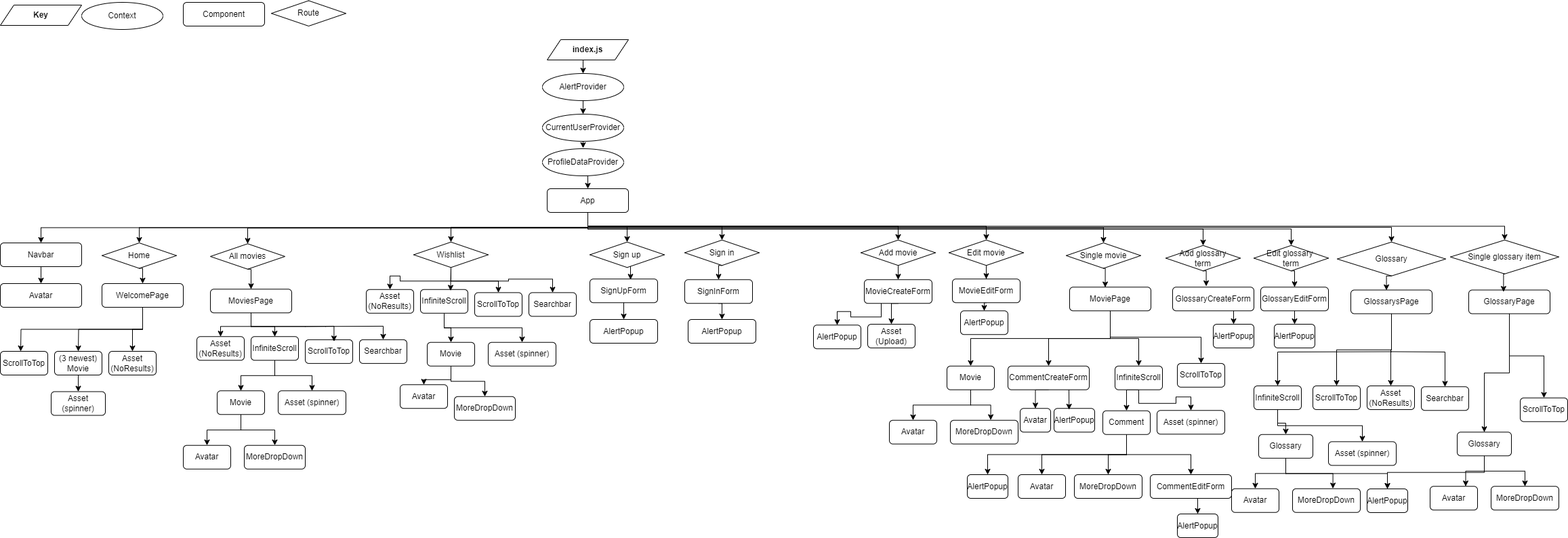
This is documentation/features/components-part-1.png from puma13992/cinematography, a draw.io export, as it was before one commit. Source tidied: cells renumbered, new cells last; positions are measured from the earlier drawing's top-left corner, leaving out a move shared by most shapes.
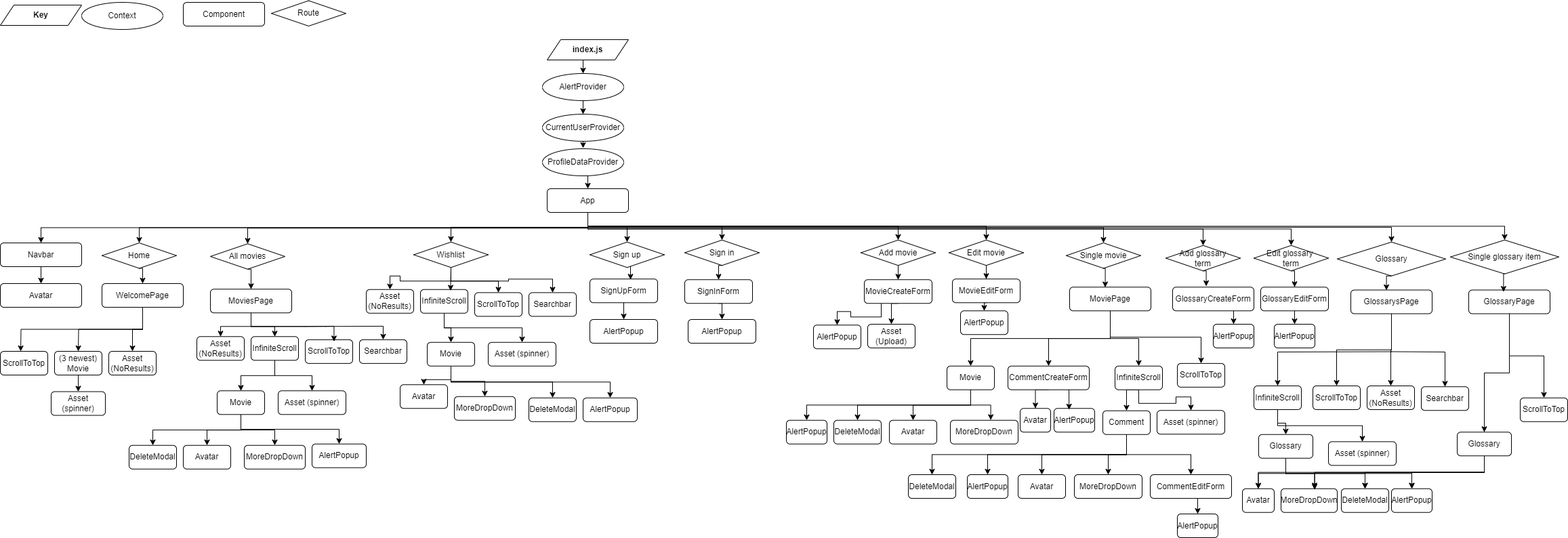
After the change.

Commit message:
Correct components section in the readme.md

What changed in the source:
```diff
@@ -219,6 +219,12 @@
     <mxCell id="70" style="edgeStyle=orthogonalEdgeStyle;rounded=0;jettySize=auto;html=1;exitX=0.5;exitY=1;exitDx=0;exitDy=0;entryX=0.5;entryY=0;entryDx=0;entryDy=0;" parent="1" edge="1" source="71" target="132">
       <mxGeometry relative="1" as="geometry" />
     </mxCell>
+    <mxCell id="177" style="edgeStyle=orthogonalEdgeStyle;rounded=0;jettySize=auto;html=1;exitX=0.5;exitY=1;exitDx=0;exitDy=0;entryX=0.5;entryY=0;entryDx=0;entryDy=0;" parent="1" edge="1" source="71" target="187">
+      <mxGeometry relative="1" as="geometry" />
+    </mxCell>
+    <mxCell id="178" style="edgeStyle=orthogonalEdgeStyle;rounded=0;jettySize=auto;html=1;exitX=0.5;exitY=1;exitDx=0;exitDy=0;" parent="1" edge="1" source="71" target="189">
+      <mxGeometry relative="1" as="geometry" />
+    </mxCell>
     <mxCell id="71" value="Movie" style="rounded=1;whiteSpace=wrap;html=1;" parent="1" vertex="1">
       <mxGeometry x="320" y="576.2" width="70" height="35" as="geometry" />
     </mxCell>
@@ -243,6 +249,12 @@
     <mxCell id="78" style="edgeStyle=orthogonalEdgeStyle;rounded=0;jettySize=auto;html=1;exitX=0.5;exitY=1;exitDx=0;exitDy=0;" parent="1" edge="1" source="79" target="80">
       <mxGeometry relative="1" as="geometry" />
     </mxCell>
+    <mxCell id="179" style="edgeStyle=orthogonalEdgeStyle;rounded=0;jettySize=auto;html=1;exitX=0.5;exitY=1;exitDx=0;exitDy=0;entryX=0.5;entryY=0;entryDx=0;entryDy=0;" parent="1" edge="1" source="79" target="192">
+      <mxGeometry relative="1" as="geometry" />
+    </mxCell>
+    <mxCell id="180" style="edgeStyle=orthogonalEdgeStyle;rounded=0;jettySize=auto;html=1;exitX=0.5;exitY=1;exitDx=0;exitDy=0;" parent="1" edge="1" source="79" target="191">
+      <mxGeometry relative="1" as="geometry" />
+    </mxCell>
     <mxCell id="79" value="Movie" style="rounded=1;whiteSpace=wrap;html=1;" parent="1" vertex="1">
       <mxGeometry x="1397" y="539.8" width="70" height="35" as="geometry" />
     </mxCell>
@@ -282,6 +294,9 @@
     <mxCell id="91" style="edgeStyle=orthogonalEdgeStyle;rounded=0;jettySize=auto;html=1;exitX=0.5;exitY=1;exitDx=0;exitDy=0;" parent="1" edge="1" source="92" target="171">
       <mxGeometry relative="1" as="geometry" />
     </mxCell>
+    <mxCell id="181" style="edgeStyle=orthogonalEdgeStyle;rounded=0;jettySize=auto;html=1;exitX=0.5;exitY=1;exitDx=0;exitDy=0;entryX=0.5;entryY=0;entryDx=0;entryDy=0;" parent="1" edge="1" source="92" target="193">
+      <mxGeometry relative="1" as="geometry" />
+    </mxCell>
     <mxCell id="92" value="Comment" style="rounded=1;whiteSpace=wrap;html=1;" parent="1" vertex="1">
       <mxGeometry x="1627" y="605.8" width="70" height="35" as="geometry" />
     </mxCell>
@@ -355,14 +370,17 @@
     <mxCell id="114" style="edgeStyle=orthogonalEdgeStyle;rounded=0;jettySize=auto;html=1;exitX=0.5;exitY=1;exitDx=0;exitDy=0;entryX=0.5;entryY=0;entryDx=0;entryDy=0;" parent="1" edge="1" source="115" target="175">
       <mxGeometry relative="1" as="geometry" />
     </mxCell>
+    <mxCell id="182" style="edgeStyle=orthogonalEdgeStyle;rounded=0;jettySize=auto;html=1;exitX=0.5;exitY=1;exitDx=0;exitDy=0;entryX=0.5;entryY=0;entryDx=0;entryDy=0;" parent="1" edge="1" source="115" target="194">
+      <mxGeometry relative="1" as="geometry" />
+    </mxCell>
     <mxCell id="115" value="Glossary" style="rounded=1;whiteSpace=wrap;html=1;" parent="1" vertex="1">
       <mxGeometry x="1857" y="640.8" width="80" height="35" as="geometry" />
     </mxCell>
     <mxCell id="116" value="Avatar" style="rounded=1;whiteSpace=wrap;html=1;" parent="1" vertex="1">
-      <mxGeometry x="1817" y="720.8" width="70" height="35" as="geometry" />
+      <mxGeometry x="1833" y="720.8" width="47" height="35" as="geometry" />
     </mxCell>
     <mxCell id="117" value="MoreDropDown" style="rounded=1;whiteSpace=wrap;html=1;" parent="1" vertex="1">
-      <mxGeometry x="1907" y="720.8" width="100" height="35" as="geometry" />
+      <mxGeometry x="1890" y="720.8" width="83" height="35" as="geometry" />
     </mxCell>
     <mxCell id="118" style="edgeStyle=orthogonalEdgeStyle;rounded=0;jettySize=auto;html=1;exitX=0.5;exitY=1;exitDx=0;exitDy=0;" parent="1" edge="1" source="120" target="121">
       <mxGeometry relative="1" as="geometry" />
@@ -447,6 +465,12 @@
     <mxCell id="144" style="edgeStyle=orthogonalEdgeStyle;rounded=0;jettySize=auto;html=1;exitX=0.5;exitY=1;exitDx=0;exitDy=0;entryX=0.5;entryY=0;entryDx=0;entryDy=0;" parent="1" edge="1" source="145" target="147">
       <mxGeometry relative="1" as="geometry" />
     </mxCell>
+    <mxCell id="183" style="edgeStyle=orthogonalEdgeStyle;rounded=0;jettySize=auto;html=1;exitX=0.5;exitY=1;exitDx=0;exitDy=0;" parent="1" edge="1" source="145" target="188">
+      <mxGeometry relative="1" as="geometry" />
+    </mxCell>
+    <mxCell id="184" style="edgeStyle=orthogonalEdgeStyle;rounded=0;jettySize=auto;html=1;exitX=0.5;exitY=1;exitDx=0;exitDy=0;entryX=0.5;entryY=0;entryDx=0;entryDy=0;" parent="1" edge="1" source="145" target="190">
+      <mxGeometry relative="1" as="geometry" />
+    </mxCell>
     <mxCell id="145" value="Movie" style="rounded=1;whiteSpace=wrap;html=1;" parent="1" vertex="1">
       <mxGeometry x="630" y="504.8" width="70" height="35" as="geometry" />
     </mxCell>
@@ -486,24 +510,18 @@
     <mxCell id="157" value="GlossaryPage" style="rounded=1;whiteSpace=wrap;html=1;" parent="1" vertex="1">
       <mxGeometry x="2167" y="427.5" width="120" height="35" as="geometry" />
     </mxCell>
-    <mxCell id="158" style="edgeStyle=orthogonalEdgeStyle;rounded=0;jettySize=auto;html=1;exitX=0.5;exitY=1;exitDx=0;exitDy=0;entryX=0.75;entryY=0;entryDx=0;entryDy=0;" parent="1" edge="1" source="161" target="162">
-      <mxGeometry relative="1" as="geometry" />
-    </mxCell>
-    <mxCell id="159" style="edgeStyle=orthogonalEdgeStyle;rounded=0;jettySize=auto;html=1;exitX=0.5;exitY=1;exitDx=0;exitDy=0;entryX=0.5;entryY=0;entryDx=0;entryDy=0;" parent="1" edge="1" source="161" target="163">
-      <mxGeometry relative="1" as="geometry" />
-    </mxCell>
     <mxCell id="160" style="edgeStyle=orthogonalEdgeStyle;rounded=0;jettySize=auto;html=1;exitX=0.5;exitY=1;exitDx=0;exitDy=0;entryX=0.5;entryY=0;entryDx=0;entryDy=0;" parent="1" edge="1" source="161" target="175">
       <mxGeometry relative="1" as="geometry" />
     </mxCell>
+    <mxCell id="185" style="edgeStyle=orthogonalEdgeStyle;rounded=0;jettySize=auto;html=1;exitX=0.5;exitY=1;exitDx=0;exitDy=0;entryX=0.5;entryY=0;entryDx=0;entryDy=0;" parent="1" edge="1" source="161" target="194">
+      <mxGeometry relative="1" as="geometry" />
+    </mxCell>
+    <mxCell id="186" style="edgeStyle=orthogonalEdgeStyle;rounded=0;jettySize=auto;html=1;exitX=0.5;exitY=1;exitDx=0;exitDy=0;entryX=0.5;entryY=0;entryDx=0;entryDy=0;" parent="1" edge="1" source="161" target="116">
+      <mxGeometry relative="1" as="geometry" />
+    </mxCell>
     <mxCell id="161" value="Glossary" style="rounded=1;whiteSpace=wrap;html=1;" parent="1" vertex="1">
       <mxGeometry x="2150" y="637.2" width="80" height="35" as="geometry" />
     </mxCell>
-    <mxCell id="162" value="Avatar" style="rounded=1;whiteSpace=wrap;html=1;" parent="1" vertex="1">
-      <mxGeometry x="2110" y="717.2" width="70" height="35" as="geometry" />
-    </mxCell>
-    <mxCell id="163" value="MoreDropDown" style="rounded=1;whiteSpace=wrap;html=1;" parent="1" vertex="1">
-      <mxGeometry x="2200" y="717.2" width="100" height="35" as="geometry" />
-    </mxCell>
     <mxCell id="164" value="ScrollToTop" style="rounded=1;whiteSpace=wrap;html=1;" parent="1" vertex="1">
       <mxGeometry x="2243" y="586.8" width="70" height="35" as="geometry" />
     </mxCell>
@@ -538,10 +556,37 @@
       <mxGeometry x="1790" y="478" width="60" height="35" as="geometry" />
     </mxCell>
     <mxCell id="175" value="AlertPopup" style="rounded=1;whiteSpace=wrap;html=1;" parent="1" vertex="1">
-      <mxGeometry x="2017" y="721" width="60" height="35" as="geometry" />
+      <mxGeometry x="2053" y="720.8" width="60" height="35" as="geometry" />
     </mxCell>
     <mxCell id="176" value="AlertPopup" style="rounded=1;whiteSpace=wrap;html=1;" parent="1" vertex="1">
       <mxGeometry x="1880" y="478" width="60" height="35" as="geometry" />
     </mxCell>
+    <mxCell id="187" value="DeleteModal" style="rounded=1;whiteSpace=wrap;html=1;" parent="1" vertex="1">
+      <mxGeometry x="190" y="656.8" width="70" height="35" as="geometry" />
+    </mxCell>
+    <mxCell id="188" value="DeleteModal" style="rounded=1;whiteSpace=wrap;html=1;" parent="1" vertex="1">
+      <mxGeometry x="780" y="586.8" width="70" height="35" as="geometry" />
+    </mxCell>
+    <mxCell id="189" value="AlertPopup" style="rounded=1;whiteSpace=wrap;html=1;" parent="1" vertex="1">
+      <mxGeometry x="460" y="654.8" width="80" height="35" as="geometry" />
+    </mxCell>
+    <mxCell id="190" value="AlertPopup" style="rounded=1;whiteSpace=wrap;html=1;" parent="1" vertex="1">
+      <mxGeometry x="860" y="586.8" width="80" height="35" as="geometry" />
+    </mxCell>
+    <mxCell id="191" value="DeleteModal" style="rounded=1;whiteSpace=wrap;html=1;" parent="1" vertex="1">
+      <mxGeometry x="1230" y="619.8" width="70" height="35" as="geometry" />
+    </mxCell>
+    <mxCell id="192" value="AlertPopup" style="rounded=1;whiteSpace=wrap;html=1;" parent="1" vertex="1">
+      <mxGeometry x="1160" y="619.8" width="60" height="35" as="geometry" />
+    </mxCell>
+    <mxCell id="193" value="DeleteModal" style="rounded=1;whiteSpace=wrap;html=1;" parent="1" vertex="1">
+      <mxGeometry x="1340" y="700" width="70" height="35" as="geometry" />
+    </mxCell>
+    <mxCell id="194" value="DeleteModal" style="rounded=1;whiteSpace=wrap;html=1;" parent="1" vertex="1">
+      <mxGeometry x="1979" y="720.8" width="70" height="35" as="geometry" />
+    </mxCell>
+    <mxCell id="195" style="edgeStyle=orthogonalEdgeStyle;rounded=0;jettySize=auto;html=1;exitX=0.5;exitY=1;exitDx=0;exitDy=0;entryX=0.598;entryY=0.047;entryDx=0;entryDy=0;entryPerimeter=0;" parent="1" edge="1" source="161" target="117">
+      <mxGeometry relative="1" as="geometry" />
+    </mxCell>
   </root>
 </mxGraphModel>
```
